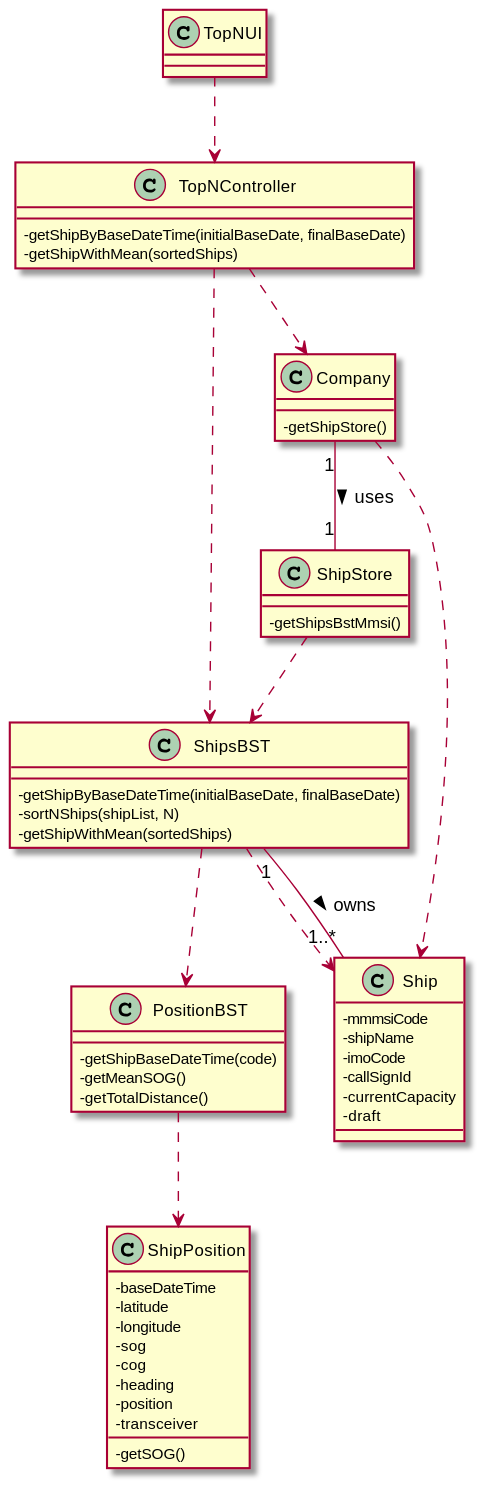
ana-albergaria/LAPR3-ISEP keeps this PlantUML diagram as docs/US106/US106_CD.svg. Above is the earlier version.
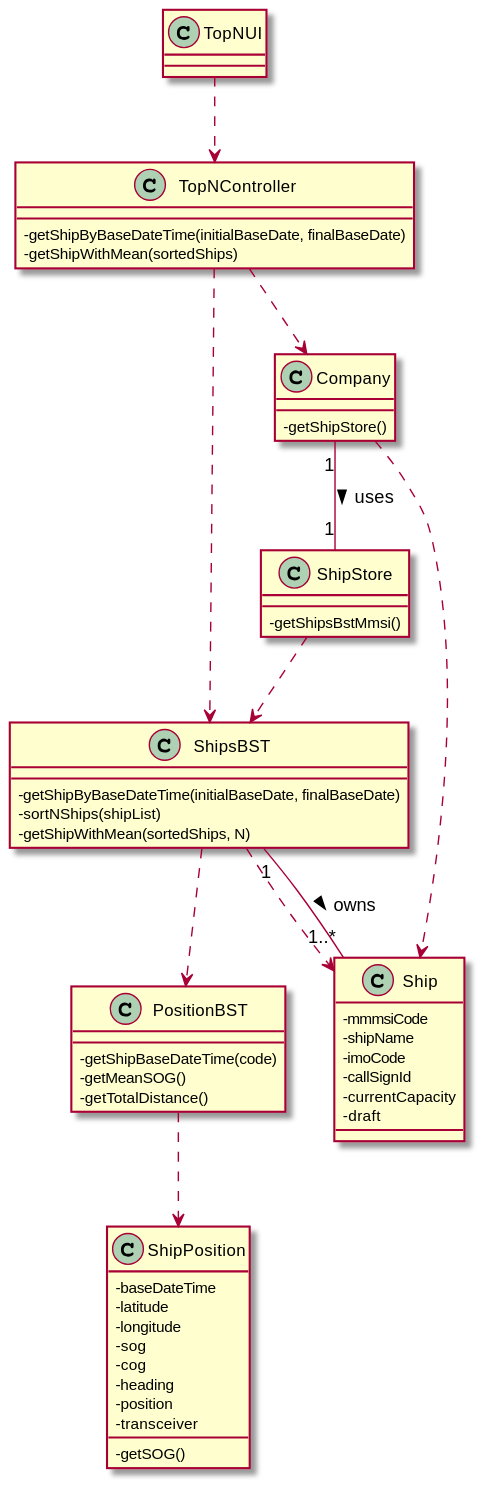
After the change.

Change to the diagram source:
```diff
@@ -38,8 +38,8 @@
 
 class ShipsBST{
     -getShipByBaseDateTime(initialBaseDate, finalBaseDate)
-    -sortNShips(shipList, N)
-    -getShipWithMean(sortedShips)
+    -sortNShips(shipList)
+    -getShipWithMean(sortedShips, N)
 }
 
 class PositionBST{
```
